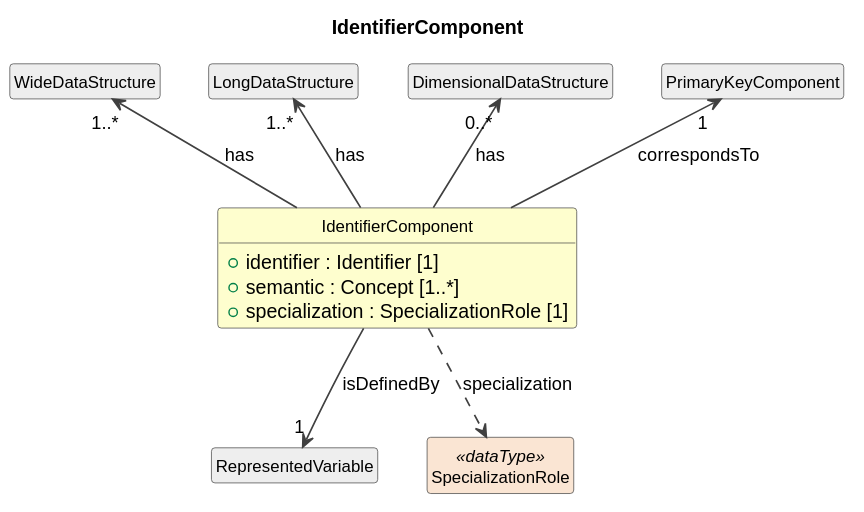
The PlantUML diagram build/plantuml/cdifDataStructure/Classes/IdentifierComponent.svg in Cross-Domain-Interoperability-Framework/metadataBuildingBlocks, before a commit.
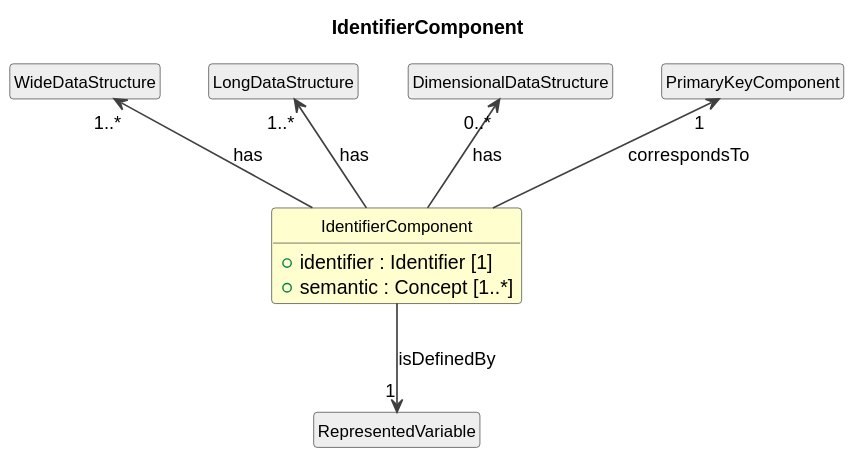
Later version of the same file.

The edit, as a diff of the source:
```diff
@@ -13,7 +13,6 @@
 class "IdentifierComponent" as IdentifierComponent #FEFECE {
   +identifier : Identifier [1]
   +semantic : Concept [1..*]
-  +specialization : SpecializationRole [1]
 }
 class "WideDataStructure" as WideDataStructure #EEEEEE
 WideDataStructure "1..*" <-- IdentifierComponent : has
@@ -25,6 +24,4 @@
 IdentifierComponent --> "1" RepresentedVariable : isDefinedBy
 class "PrimaryKeyComponent" as PrimaryKeyComponent #EEEEEE
 PrimaryKeyComponent "1" <-- IdentifierComponent : correspondsTo
-class "SpecializationRole" as SpecializationRole <<dataType>> #FAE5D3
-IdentifierComponent ..> SpecializationRole : specialization
 @enduml
```
